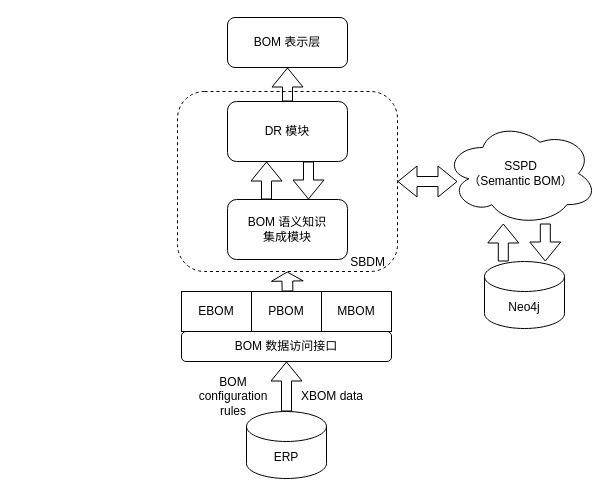
Earlier version of the draw.io diagram BOM/sys-design.drawio (littlelittlemoon/DiagramsRepository). Source tidied: cells renumbered, new cells numbered last; positions are measured from the earlier drawing's top-left corner, leaving out a move shared by most shapes. Both pictures are drawn from the tidied source at 100%, with x=0, y=0 at pixel (177, 17).
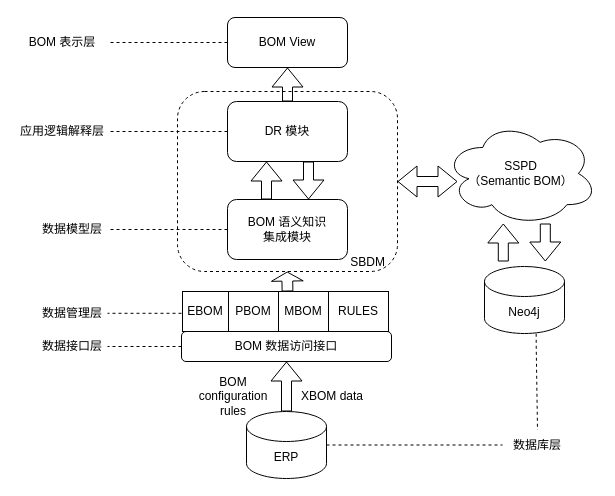
Above is the later version.

Unchanged cells that the change refers to:
```xml
<mxCell id="5" value="BOM 语义知识&lt;br&gt;集成模块" style="rounded=1;whiteSpace=wrap;html=1;" parent="1" vertex="1">
  <mxGeometry x="50" y="182" width="120" height="60" as="geometry" />
</mxCell>
<mxCell id="8" value="DR 模块" style="rounded=1;whiteSpace=wrap;html=1;" parent="1" vertex="1">
  <mxGeometry x="50" y="84" width="120" height="60" as="geometry" />
</mxCell>
<mxCell id="10" value="ERP" style="shape=cylinder3;whiteSpace=wrap;html=1;boundedLbl=1;backgroundOutline=1;size=15;" parent="1" vertex="1">
  <mxGeometry x="69" y="394" width="80" height="67" as="geometry" />
</mxCell>
<mxCell id="13" value="BOM 数据访问接口" style="rounded=1;whiteSpace=wrap;html=1;" parent="1" vertex="1">
  <mxGeometry x="4" y="314" width="210" height="30" as="geometry" />
</mxCell>
```

Change to the diagram source:
```diff
@@
-    <mxCell id="3" value="BOM 表示层" style="rounded=1;whiteSpace=wrap;html=1;" parent="1" vertex="1">
+    <mxCell id="3" value="BOM View" style="rounded=1;whiteSpace=wrap;html=1;" parent="1" vertex="1">
       <mxGeometry x="50" width="120" height="50" as="geometry" />
     </mxCell>
@@
+    <mxCell id="23" style="edgeStyle=orthogonalEdgeStyle;rounded=0;jettySize=auto;html=1;exitX=0;exitY=0.5;exitDx=0;exitDy=0;strokeColor=default;strokeWidth=1;dashed=1;endArrow=none;endFill=0;" parent="1" edge="1" source="13" target="24">
+      <mxGeometry relative="1" as="geometry" />
+    </mxCell>
@@
     <mxCell id="14" value="EBOM" style="rounded=0;whiteSpace=wrap;html=1;" parent="1" vertex="1">
-      <mxGeometry x="4" y="274" width="70" height="40" as="geometry" />
+      <mxGeometry x="5" y="274" width="46" height="40" as="geometry" />
     </mxCell>
     <mxCell id="15" value="PBOM" style="rounded=0;whiteSpace=wrap;html=1;" parent="1" vertex="1">
-      <mxGeometry x="74" y="274" width="70" height="40" as="geometry" />
+      <mxGeometry x="51" y="274" width="50" height="40" as="geometry" />
     </mxCell>
     <mxCell id="16" value="MBOM" style="rounded=0;whiteSpace=wrap;html=1;" parent="1" vertex="1">
-      <mxGeometry x="144" y="274" width="70" height="40" as="geometry" />
+      <mxGeometry x="101" y="274" width="50" height="40" as="geometry" />
     </mxCell>
@@
     <mxCell id="18" value="Neo4j" style="shape=cylinder3;whiteSpace=wrap;html=1;boundedLbl=1;backgroundOutline=1;size=15;" parent="1" vertex="1">
-      <mxGeometry x="307" y="244" width="80" height="67" as="geometry" />
+      <mxGeometry x="307" y="249" width="80" height="67" as="geometry" />
     </mxCell>
@@
+    <mxCell id="24" value="数据接口层" style="text;html=1;strokeColor=none;fillColor=none;align=center;verticalAlign=middle;whiteSpace=wrap;rounded=0;" parent="1" vertex="1">
+      <mxGeometry x="-140" y="314" width="70" height="30" as="geometry" />
+    </mxCell>
+    <mxCell id="25" value="数据管理层" style="text;html=1;strokeColor=none;fillColor=none;align=center;verticalAlign=middle;whiteSpace=wrap;rounded=0;" parent="1" vertex="1">
+      <mxGeometry x="-140" y="281" width="70" height="30" as="geometry" />
+    </mxCell>
+    <mxCell id="26" value="RULES" style="rounded=0;whiteSpace=wrap;html=1;" parent="1" vertex="1">
+      <mxGeometry x="151" y="274" width="60" height="40" as="geometry" />
+    </mxCell>
+    <mxCell id="27" style="edgeStyle=orthogonalEdgeStyle;rounded=0;orthogonalLoop=1;jettySize=auto;html=1;exitX=0;exitY=0.5;exitDx=0;exitDy=0;strokeColor=default;strokeWidth=1;dashed=1;endArrow=none;endFill=0;" parent="1" edge="1">
+      <mxGeometry relative="1" as="geometry">
+        <mxPoint x="4" y="295.8" as="sourcePoint" />
+        <mxPoint x="-70" y="295.8" as="targetPoint" />
+      </mxGeometry>
+    </mxCell>
+    <mxCell id="28" value="数据模型层" style="text;html=1;strokeColor=none;fillColor=none;align=center;verticalAlign=middle;whiteSpace=wrap;rounded=0;" parent="1" vertex="1">
+      <mxGeometry x="-140" y="197" width="70" height="30" as="geometry" />
+    </mxCell>
+    <mxCell id="29" style="edgeStyle=orthogonalEdgeStyle;rounded=0;jettySize=auto;html=1;exitX=0.646;exitY=1.004;exitDx=0;exitDy=0;strokeColor=default;strokeWidth=1;dashed=1;endArrow=none;endFill=0;exitPerimeter=0;entryX=0.5;entryY=0;entryDx=0;entryDy=0;" parent="1" edge="1" source="18" target="30">
+      <mxGeometry relative="1" as="geometry">
+        <Array as="points">
+          <mxPoint x="359" y="327" />
+          <mxPoint x="359" y="413" />
+        </Array>
+      </mxGeometry>
+    </mxCell>
+    <mxCell id="30" value="数据库层" style="text;html=1;strokeColor=none;fillColor=none;align=center;verticalAlign=middle;whiteSpace=wrap;rounded=0;" parent="1" vertex="1">
+      <mxGeometry x="325" y="412.5" width="70" height="30" as="geometry" />
+    </mxCell>
+    <mxCell id="31" style="endArrow=none;dashed=1;html=1;rounded=0;strokeColor=default;strokeWidth=1;exitX=1;exitY=0.5;exitDx=0;exitDy=0;exitPerimeter=0;" parent="1" edge="1" source="10" target="30">
+      <mxGeometry relative="1" as="geometry" />
+    </mxCell>
+    <mxCell id="32" style="edgeStyle=orthogonalEdgeStyle;rounded=0;jettySize=auto;html=1;exitX=0;exitY=0.5;exitDx=0;exitDy=0;strokeColor=default;strokeWidth=1;dashed=1;endArrow=none;endFill=0;entryX=1;entryY=0.5;entryDx=0;entryDy=0;" parent="1" edge="1" source="5" target="28">
+      <mxGeometry relative="1" as="geometry" />
+    </mxCell>
+    <mxCell id="33" value="应用逻辑解释层" style="text;html=1;strokeColor=none;fillColor=none;align=center;verticalAlign=middle;whiteSpace=wrap;rounded=0;" parent="1" vertex="1">
+      <mxGeometry x="-160" y="99" width="90" height="30" as="geometry" />
+    </mxCell>
+    <mxCell id="34" style="edgeStyle=orthogonalEdgeStyle;rounded=0;jettySize=auto;html=1;strokeColor=default;strokeWidth=1;dashed=1;endArrow=none;endFill=0;entryX=1;entryY=0.5;entryDx=0;entryDy=0;" parent="1" edge="1" source="8" target="33">
+      <mxGeometry relative="1" as="geometry" />
+    </mxCell>
+    <mxCell id="35" value="BOM 表示层" style="text;html=1;strokeColor=none;fillColor=none;align=center;verticalAlign=middle;whiteSpace=wrap;rounded=0;" parent="1" vertex="1">
+      <mxGeometry x="-160" y="10" width="90" height="30" as="geometry" />
+    </mxCell>
+    <mxCell id="36" style="edgeStyle=orthogonalEdgeStyle;rounded=0;jettySize=auto;html=1;strokeColor=default;strokeWidth=1;dashed=1;endArrow=none;endFill=0;entryX=1;entryY=0.5;entryDx=0;entryDy=0;exitX=0;exitY=0.5;exitDx=0;exitDy=0;" parent="1" edge="1" source="3" target="35">
+      <mxGeometry relative="1" as="geometry" />
+    </mxCell>
```
